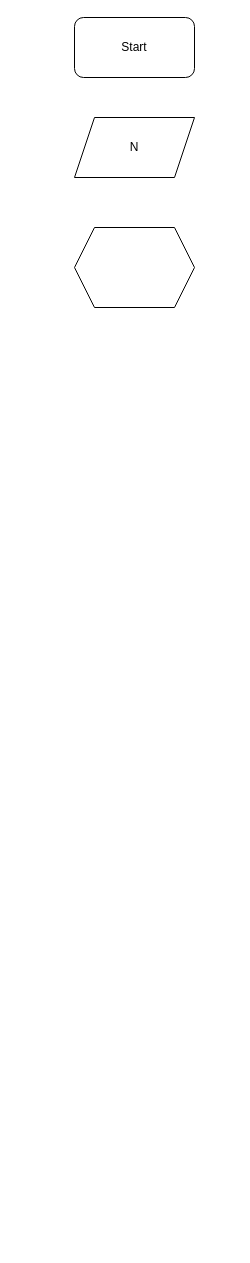
The draw.io diagram block.drawio in cbaabc383/FinalProject, before the edit. Source tidied: cells renumbered, new cells numbered last; positions are measured from the earlier drawing's top-left corner, leaving out a move shared by most shapes. Both pictures are drawn from the tidied source at 100%, with x=0, y=0 at pixel (74, 17).
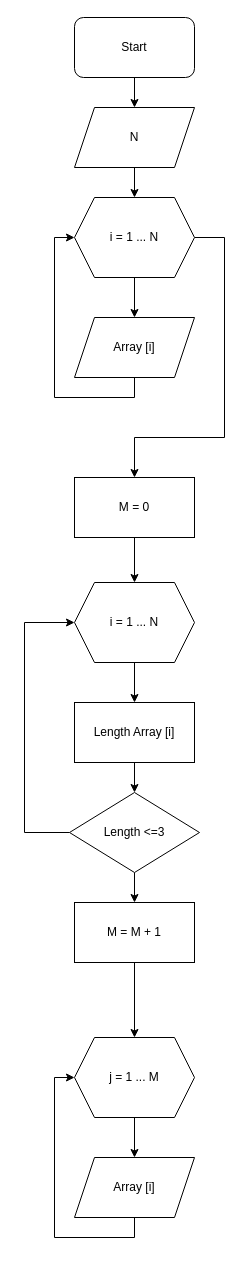
The same page after the edit.

Commit message (it also covers changes not shown here):
two methods

The change refers to these unchanged cells:
```xml
<mxCell id="2" value="Start" style="rounded=1;whiteSpace=wrap;html=1;" parent="1" vertex="1">
  <mxGeometry width="120" height="60" as="geometry" />
</mxCell>
```

Diff of the diagram source:
```diff
@@
+    <mxCell id="5" style="edgeStyle=orthogonalEdgeStyle;rounded=0;jettySize=auto;html=1;entryX=0.5;entryY=0;entryDx=0;entryDy=0;" parent="1" edge="1" source="2" target="3">
+      <mxGeometry relative="1" as="geometry" />
+    </mxCell>
@@
+    <mxCell id="6" style="edgeStyle=orthogonalEdgeStyle;rounded=0;jettySize=auto;html=1;entryX=0.5;entryY=0;entryDx=0;entryDy=0;" parent="1" edge="1" source="3" target="4">
+      <mxGeometry relative="1" as="geometry" />
+    </mxCell>
     <mxCell id="3" value="N" style="shape=parallelogram;perimeter=parallelogramPerimeter;whiteSpace=wrap;html=1;fixedSize=1;" parent="1" vertex="1">
-      <mxGeometry y="100" width="120" height="60" as="geometry" />
+      <mxGeometry y="90" width="120" height="60" as="geometry" />
     </mxCell>
+    <mxCell id="7" style="edgeStyle=orthogonalEdgeStyle;rounded=0;jettySize=auto;html=1;entryX=0.5;entryY=0;entryDx=0;entryDy=0;" parent="1" edge="1" source="4" target="10">
+      <mxGeometry relative="1" as="geometry" />
+    </mxCell>
+    <mxCell id="8" style="edgeStyle=orthogonalEdgeStyle;rounded=0;jettySize=auto;html=1;entryX=0.5;entryY=0;entryDx=0;entryDy=0;" parent="1" edge="1" source="4" target="21">
+      <mxGeometry relative="1" as="geometry">
+        <Array as="points">
+          <mxPoint x="150" y="220" />
+          <mxPoint x="150" y="420" />
+          <mxPoint x="60" y="420" />
+        </Array>
+      </mxGeometry>
+    </mxCell>
-    <mxCell id="4" style="shape=hexagon;perimeter=hexagonPerimeter2;whiteSpace=wrap;html=1;fixedSize=1;" parent="1" vertex="1">
-      <mxGeometry y="210" width="120" height="80" as="geometry" />
+    <mxCell id="4" value="i = 1 ... N" style="shape=hexagon;perimeter=hexagonPerimeter2;whiteSpace=wrap;html=1;fixedSize=1;" parent="1" vertex="1">
+      <mxGeometry y="180" width="120" height="80" as="geometry" />
     </mxCell>
+    <mxCell id="9" style="edgeStyle=orthogonalEdgeStyle;rounded=0;jettySize=auto;html=1;entryX=0;entryY=0.5;entryDx=0;entryDy=0;exitX=0.5;exitY=1;exitDx=0;exitDy=0;" parent="1" edge="1" source="10" target="4">
+      <mxGeometry relative="1" as="geometry" />
+    </mxCell>
+    <mxCell id="10" value="Array [i]" style="shape=parallelogram;perimeter=parallelogramPerimeter;whiteSpace=wrap;html=1;fixedSize=1;" parent="1" vertex="1">
+      <mxGeometry y="300" width="120" height="60" as="geometry" />
+    </mxCell>
+    <mxCell id="11" style="edgeStyle=orthogonalEdgeStyle;rounded=0;jettySize=auto;html=1;entryX=0.5;entryY=0;entryDx=0;entryDy=0;" parent="1" edge="1" source="12" target="14">
+      <mxGeometry relative="1" as="geometry" />
+    </mxCell>
+    <mxCell id="12" value="i = 1 ... N" style="shape=hexagon;perimeter=hexagonPerimeter2;whiteSpace=wrap;html=1;fixedSize=1;" parent="1" vertex="1">
+      <mxGeometry y="565" width="120" height="80" as="geometry" />
+    </mxCell>
+    <mxCell id="13" style="edgeStyle=orthogonalEdgeStyle;rounded=0;jettySize=auto;html=1;entryX=0.5;entryY=0;entryDx=0;entryDy=0;" parent="1" edge="1" source="14" target="17">
+      <mxGeometry relative="1" as="geometry" />
+    </mxCell>
+    <mxCell id="14" value="Length Array [i]" style="rounded=0;whiteSpace=wrap;html=1;" parent="1" vertex="1">
+      <mxGeometry y="685" width="120" height="60" as="geometry" />
+    </mxCell>
+    <mxCell id="15" style="edgeStyle=orthogonalEdgeStyle;rounded=0;jettySize=auto;html=1;entryX=0.5;entryY=0;entryDx=0;entryDy=0;" parent="1" edge="1" source="17" target="19">
+      <mxGeometry relative="1" as="geometry" />
+    </mxCell>
+    <mxCell id="16" style="edgeStyle=orthogonalEdgeStyle;rounded=0;jettySize=auto;html=1;" parent="1" edge="1" source="17" target="12">
+      <mxGeometry relative="1" as="geometry">
+        <Array as="points">
+          <mxPoint x="-50" y="815" />
+          <mxPoint x="-50" y="605" />
+        </Array>
+      </mxGeometry>
+    </mxCell>
+    <mxCell id="17" value="Length &amp;lt;=3" style="rhombus;whiteSpace=wrap;html=1;" parent="1" vertex="1">
+      <mxGeometry x="-5" y="775" width="130" height="80" as="geometry" />
+    </mxCell>
+    <mxCell id="18" style="edgeStyle=orthogonalEdgeStyle;rounded=0;jettySize=auto;html=1;" parent="1" edge="1" source="19" target="23">
+      <mxGeometry relative="1" as="geometry" />
+    </mxCell>
+    <mxCell id="19" value="M = M + 1" style="rounded=0;whiteSpace=wrap;html=1;" parent="1" vertex="1">
+      <mxGeometry y="885" width="120" height="60" as="geometry" />
+    </mxCell>
+    <mxCell id="20" style="edgeStyle=orthogonalEdgeStyle;rounded=0;jettySize=auto;html=1;entryX=0.5;entryY=0;entryDx=0;entryDy=0;" parent="1" edge="1" source="21" target="12">
+      <mxGeometry relative="1" as="geometry" />
+    </mxCell>
+    <mxCell id="21" value="M = 0" style="rounded=0;whiteSpace=wrap;html=1;" parent="1" vertex="1">
+      <mxGeometry y="460" width="120" height="60" as="geometry" />
+    </mxCell>
+    <mxCell id="22" style="edgeStyle=orthogonalEdgeStyle;rounded=0;jettySize=auto;html=1;entryX=0.5;entryY=0;entryDx=0;entryDy=0;" parent="1" edge="1" source="23" target="25">
+      <mxGeometry relative="1" as="geometry" />
+    </mxCell>
+    <mxCell id="23" value="j = 1 ... M" style="shape=hexagon;perimeter=hexagonPerimeter2;whiteSpace=wrap;html=1;fixedSize=1;" parent="1" vertex="1">
+      <mxGeometry y="1020" width="120" height="80" as="geometry" />
+    </mxCell>
+    <mxCell id="24" style="edgeStyle=orthogonalEdgeStyle;rounded=0;jettySize=auto;html=1;entryX=0;entryY=0.5;entryDx=0;entryDy=0;exitX=0.5;exitY=1;exitDx=0;exitDy=0;" parent="1" edge="1" source="25" target="23">
+      <mxGeometry relative="1" as="geometry" />
+    </mxCell>
+    <mxCell id="25" value="Array [i]" style="shape=parallelogram;perimeter=parallelogramPerimeter;whiteSpace=wrap;html=1;fixedSize=1;" parent="1" vertex="1">
+      <mxGeometry y="1140" width="120" height="60" as="geometry" />
+    </mxCell>
```
